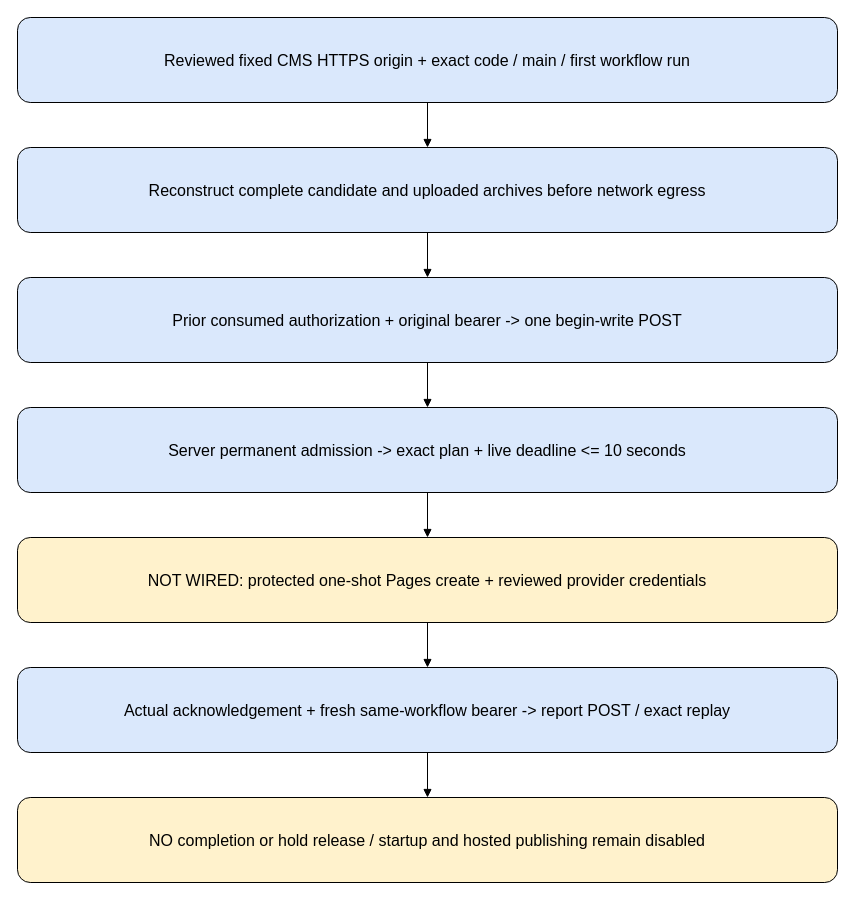
Above: docs/diagrams/receiver-client-exchange.drawio in devalltect00/devalltect00.github.io (draw.io), before the change. Source tidied: cells renumbered, new cells numbered last; positions are measured from the earlier drawing's top-left corner, leaving out a move shared by most shapes. Both pictures are drawn from the tidied source at 100%, with x=0, y=0 at pixel (17, 17).
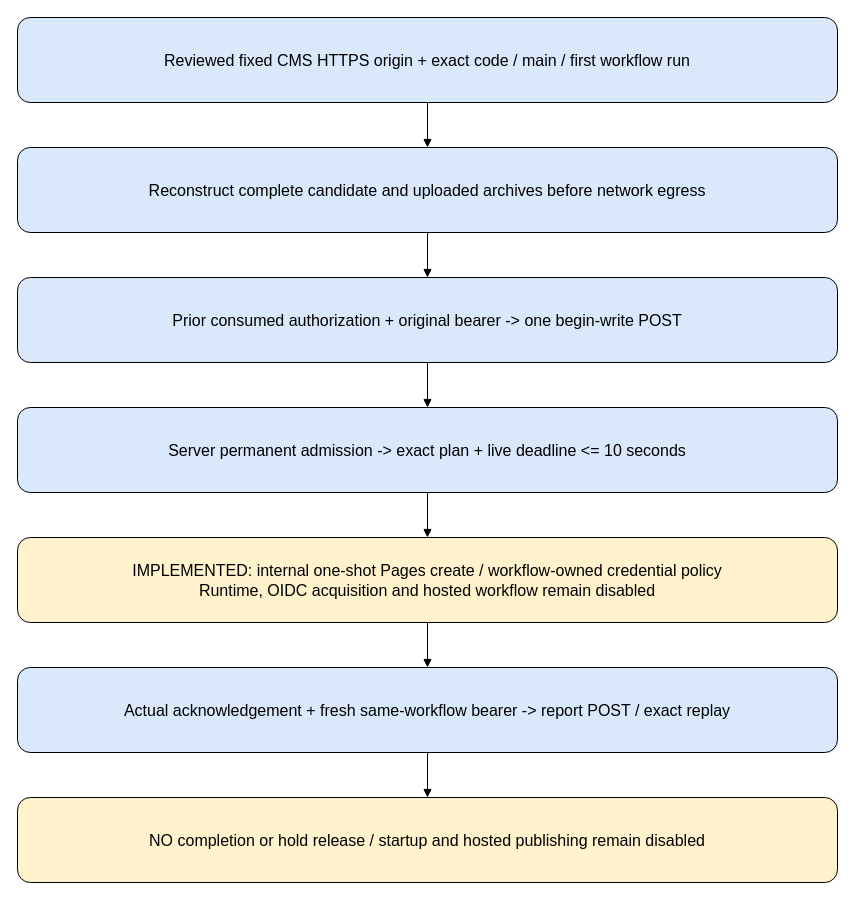
The same page after the edit.

Change to the diagram source:
```diff
@@
 <mxGraphModel>
   <root>
     <mxCell id="0" />
     <mxCell id="1" parent="0" />
     <mxCell id="2" value="Reviewed fixed CMS HTTPS origin + exact code / main / first workflow run" style="rounded=1;whiteSpace=wrap;html=1;fillColor=#dae8fc;fontSize=16;" parent="1" vertex="1">
       <mxGeometry width="820" height="85" as="geometry" />
     </mxCell>
     <mxCell id="3" value="Reconstruct complete candidate and uploaded archives before network egress" style="rounded=1;whiteSpace=wrap;html=1;fillColor=#dae8fc;fontSize=16;" parent="1" vertex="1">
       <mxGeometry y="130" width="820" height="85" as="geometry" />
     </mxCell>
     <mxCell id="4" style="endArrow=block;" parent="1" edge="1" source="2" target="3">
       <mxGeometry relative="1" as="geometry" />
     </mxCell>
     <mxCell id="5" value="Prior consumed authorization + original bearer -&gt; one begin-write POST" style="rounded=1;whiteSpace=wrap;html=1;fillColor=#dae8fc;fontSize=16;" parent="1" vertex="1">
       <mxGeometry y="260" width="820" height="85" as="geometry" />
     </mxCell>
     <mxCell id="6" style="endArrow=block;" parent="1" edge="1" source="3" target="5">
       <mxGeometry relative="1" as="geometry" />
     </mxCell>
     <mxCell id="7" value="Server permanent admission -&gt; exact plan + live deadline &lt;= 10 seconds" style="rounded=1;whiteSpace=wrap;html=1;fillColor=#dae8fc;fontSize=16;" parent="1" vertex="1">
       <mxGeometry y="390" width="820" height="85" as="geometry" />
     </mxCell>
     <mxCell id="8" style="endArrow=block;" parent="1" edge="1" source="5" target="7">
       <mxGeometry relative="1" as="geometry" />
     </mxCell>
-    <mxCell id="9" value="NOT WIRED: protected one-shot Pages create + reviewed provider credentials" style="rounded=1;whiteSpace=wrap;html=1;fillColor=#fff2cc;fontSize=16;" parent="1" vertex="1">
+    <mxCell id="9" value="IMPLEMENTED: internal one-shot Pages create / workflow-owned credential policy&#10;Runtime, OIDC acquisition and hosted workflow remain disabled" style="rounded=1;whiteSpace=wrap;html=1;fillColor=#fff2cc;fontSize=16;" parent="1" vertex="1">
       <mxGeometry y="520" width="820" height="85" as="geometry" />
     </mxCell>
     <mxCell id="10" style="endArrow=block;" parent="1" edge="1" source="7" target="9">
       <mxGeometry relative="1" as="geometry" />
     </mxCell>
     <mxCell id="11" value="Actual acknowledgement + fresh same-workflow bearer -&gt; report POST / exact replay" style="rounded=1;whiteSpace=wrap;html=1;fillColor=#dae8fc;fontSize=16;" parent="1" vertex="1">
       <mxGeometry y="650" width="820" height="85" as="geometry" />
     </mxCell>
     <mxCell id="12" style="endArrow=block;" parent="1" edge="1" source="9" target="11">
       <mxGeometry relative="1" as="geometry" />
     </mxCell>
     <mxCell id="13" value="NO completion or hold release / startup and hosted publishing remain disabled" style="rounded=1;whiteSpace=wrap;html=1;fillColor=#fff2cc;fontSize=16;" parent="1" vertex="1">
       <mxGeometry y="780" width="820" height="85" as="geometry" />
     </mxCell>
     <mxCell id="14" style="endArrow=block;" parent="1" edge="1" source="11" target="13">
       <mxGeometry relative="1" as="geometry" />
     </mxCell>
   </root>
 </mxGraphModel>
```
